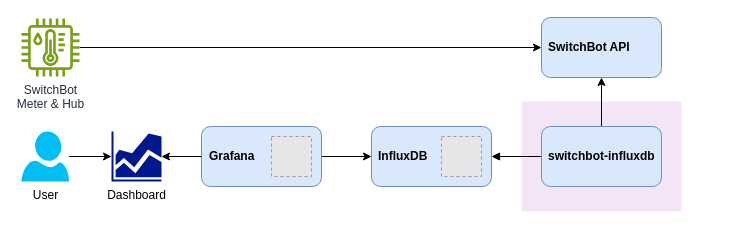
Earlier version of the draw.io diagram images/overview.drawio (hkato/switchbot-meter-database). Source tidied: cells renumbered, new cells numbered last; positions are measured from the earlier drawing's top-left corner, leaving out a move shared by most shapes. Both pictures are drawn from the tidied source at 100%, with x=0, y=0 at pixel (21, 17). Pictures stored in the file or linked from it are replaced by grey dashed boxes.
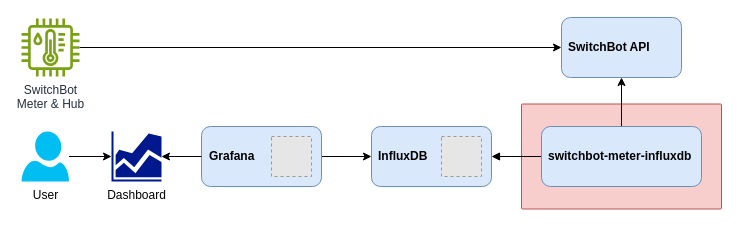
The same page after the edit.

Commit message (it also covers changes not shown here):
Change program name from switchbot-influx to switchbot-meter-influxdb

Change to the diagram source:
```diff
@@
 <mxGraphModel>
   <root>
     <mxCell id="0" />
     <mxCell id="1" parent="0" />
-    <mxCell id="2" style="sketch=0;rounded=1;absoluteArcSize=1;arcSize=2;html=1;strokeColor=none;gradientColor=none;shadow=0;dashed=0;fontSize=12;fontColor=#9E9E9E;align=left;verticalAlign=top;spacing=10;spacingTop=-4;whiteSpace=wrap;fillColor=#F3E5F5;" parent="1" vertex="1">
-      <mxGeometry x="500" y="84" width="160" height="110" as="geometry" />
+    <mxCell id="2" style="sketch=0;rounded=1;absoluteArcSize=1;arcSize=2;html=1;strokeColor=#b85450;shadow=0;dashed=0;fontSize=12;align=left;verticalAlign=top;spacing=10;spacingTop=-4;whiteSpace=wrap;fillColor=#f8cecc;" parent="1" vertex="1">
+      <mxGeometry x="500" y="86.5" width="200" height="105" as="geometry" />
     </mxCell>
     <mxCell id="3" style="edgeStyle=none;html=1;entryX=1;entryY=0.5;entryDx=0;entryDy=0;endArrow=block;endFill=1;" parent="1" edge="1" source="5" target="9">
       <mxGeometry relative="1" as="geometry" />
     </mxCell>
     <mxCell id="4" style="edgeStyle=orthogonalEdgeStyle;rounded=0;jettySize=auto;html=1;exitX=0.5;exitY=0;exitDx=0;exitDy=0;entryX=0.5;entryY=1;entryDx=0;entryDy=0;" parent="1" edge="1" source="5" target="11">
       <mxGeometry relative="1" as="geometry" />
     </mxCell>
-    <mxCell id="5" value="&lt;b&gt;switchbot-influxdb&lt;/b&gt;" style="rounded=1;whiteSpace=wrap;html=1;align=left;spacingLeft=5;fillColor=#dae8fc;strokeColor=#6c8ebf;" parent="1" vertex="1">
-      <mxGeometry x="520" y="109" width="120" height="60" as="geometry" />
+    <mxCell id="5" value="&lt;b&gt;switchbot-meter-influxdb&lt;/b&gt;" style="rounded=1;whiteSpace=wrap;html=1;align=left;spacingLeft=5;fillColor=#dae8fc;strokeColor=#6c8ebf;" parent="1" vertex="1">
+      <mxGeometry x="520" y="109" width="160" height="60" as="geometry" />
     </mxCell>
     <mxCell id="6" style="edgeStyle=orthogonalEdgeStyle;rounded=0;jettySize=auto;html=1;exitX=1;exitY=0.5;exitDx=0;exitDy=0;entryX=0;entryY=0.5;entryDx=0;entryDy=0;" parent="1" edge="1" source="7" target="9">
       <mxGeometry relative="1" as="geometry" />
     </mxCell>
     <mxCell id="7" value="&lt;b&gt;Grafana&lt;/b&gt;" style="rounded=1;whiteSpace=wrap;html=1;align=left;spacingLeft=6;fillColor=#dae8fc;strokeColor=#6c8ebf;" parent="1" vertex="1">
       <mxGeometry x="180" y="109" width="120" height="60" as="geometry" />
     </mxCell>
     <mxCell id="8" style="fillColor=#E6E6E6;strokeColor=#999999;dashed=1;verticalLabelPosition=bottom;labelBackgroundColor=default;verticalAlign=top;" parent="1" vertex="1">
       <mxGeometry x="250" y="119" width="40" height="40" as="geometry" />
     </mxCell>
     <mxCell id="9" value="&lt;b&gt;InfluxDB&lt;/b&gt;" style="rounded=1;whiteSpace=wrap;html=1;align=left;spacingLeft=5;fillColor=#dae8fc;strokeColor=#6c8ebf;" parent="1" vertex="1">
       <mxGeometry x="350" y="109" width="120" height="60" as="geometry" />
     </mxCell>
     <mxCell id="10" style="fillColor=#E6E6E6;strokeColor=#999999;dashed=1;verticalLabelPosition=bottom;labelBackgroundColor=default;verticalAlign=top;" parent="1" vertex="1">
       <mxGeometry x="420" y="119" width="40" height="40" as="geometry" />
     </mxCell>
     <mxCell id="11" value="&lt;b&gt;SwitchBot API&lt;/b&gt;" style="rounded=1;whiteSpace=wrap;html=1;align=left;spacingLeft=5;fillColor=#dae8fc;strokeColor=#6c8ebf;" parent="1" vertex="1">
-      <mxGeometry x="520" width="120" height="60" as="geometry" />
+      <mxGeometry x="540" width="120" height="60" as="geometry" />
     </mxCell>
     <mxCell id="12" value="Dashboard" style="sketch=0;shadow=0;dashed=0;html=1;strokeColor=none;labelPosition=center;verticalLabelPosition=bottom;verticalAlign=top;align=center;fillColor=#00188D;shape=mxgraph.mscae.general.graph;" parent="1" vertex="1">
       <mxGeometry x="90" y="114" width="50" height="50" as="geometry" />
     </mxCell>
     <mxCell id="13" value="User" style="verticalLabelPosition=bottom;html=1;verticalAlign=top;align=center;strokeColor=none;fillColor=#00BEF2;shape=mxgraph.azure.user;" parent="1" vertex="1">
       <mxGeometry y="114" width="47.5" height="50" as="geometry" />
     </mxCell>
     <mxCell id="14" style="rounded=0;jettySize=auto;html=1;exitX=0;exitY=0.5;exitDx=0;exitDy=0;entryX=1;entryY=0.5;entryDx=0;entryDy=0;entryPerimeter=0;" parent="1" edge="1" source="7" target="12">
       <mxGeometry relative="1" as="geometry" />
     </mxCell>
     <mxCell id="15" style="rounded=0;jettySize=auto;html=1;entryX=0;entryY=0.5;entryDx=0;entryDy=0;entryPerimeter=0;" parent="1" edge="1" source="13" target="12">
       <mxGeometry relative="1" as="geometry" />
     </mxCell>
     <mxCell id="16" style="edgeStyle=orthogonalEdgeStyle;rounded=0;jettySize=auto;html=1;entryX=0;entryY=0.5;entryDx=0;entryDy=0;" parent="1" edge="1" source="17" target="11">
       <mxGeometry relative="1" as="geometry" />
     </mxCell>
     <mxCell id="17" value="SwitchBot&lt;div&gt;Meter &amp;amp; Hub&lt;/div&gt;" style="sketch=0;outlineConnect=0;fontColor=#232F3E;gradientColor=none;fillColor=#7AA116;strokeColor=none;dashed=0;verticalLabelPosition=bottom;verticalAlign=top;align=center;html=1;fontSize=12;fontStyle=0;shape=mxgraph.aws4.iot_thing_temperature_humidity_sensor;" parent="1" vertex="1">
       <mxGeometry y="1" width="58" height="58" as="geometry" />
     </mxCell>
   </root>
 </mxGraphModel>
```
